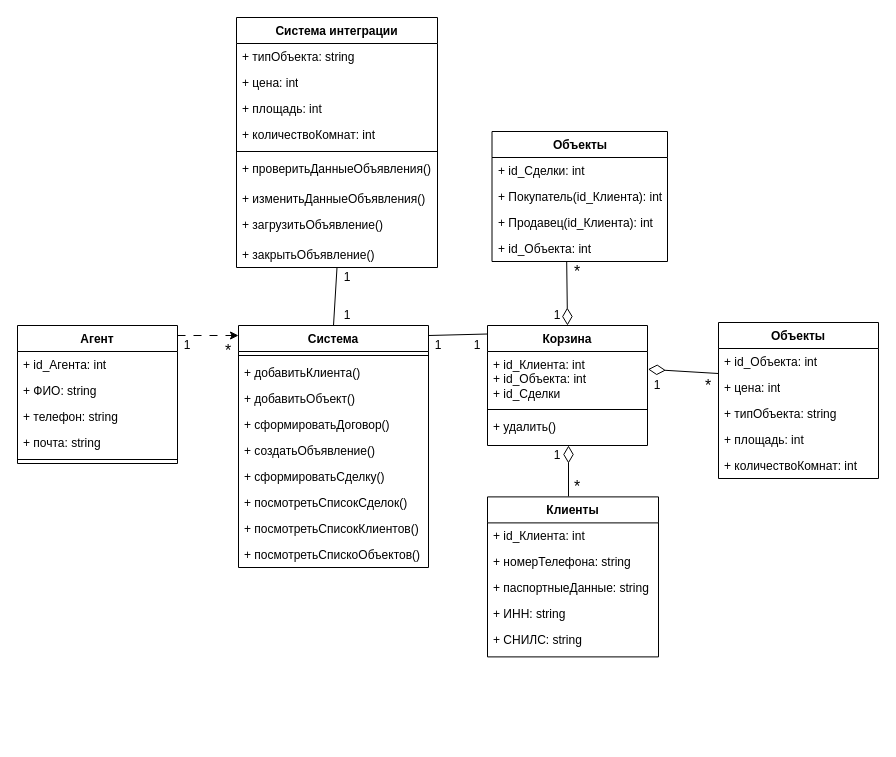
This is page "классов" (6 of 7) of КП.drawio from niksli-tl/KyrsvProject, a draw.io file, before an edit. Source tidied: cells renumbered, new cells numbered last; positions are measured from the earlier drawing's top-left corner, leaving out a move shared by most shapes. Both pictures are drawn from the tidied source at 100%, with x=0, y=0 at pixel (17, 17).
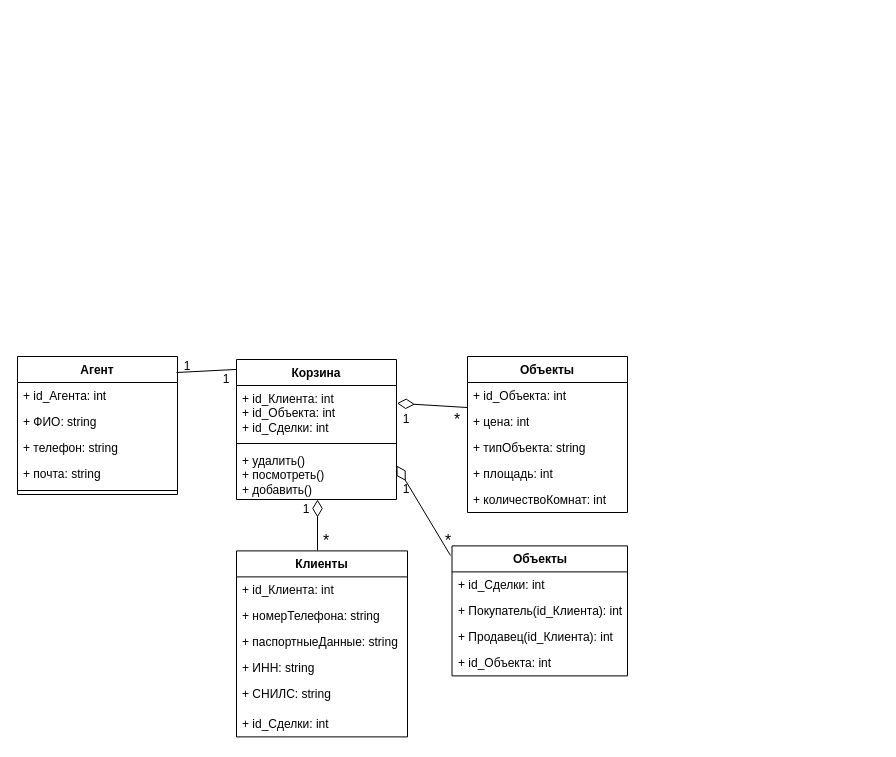
Above is the later version.

The edit, as a diff of the source:
```diff
@@
     <mxCell id="2" value="Агент" style="swimlane;fontStyle=1;align=center;verticalAlign=top;horizontal=1;startSize=26;whiteSpace=wrap;html=1;" parent="1" vertex="1">
-      <mxGeometry y="308" width="160" height="138" as="geometry" />
+      <mxGeometry y="339" width="160" height="138" as="geometry" />
     </mxCell>
@@
-    <mxCell id="8" value="Система" style="swimlane;fontStyle=1;align=center;verticalAlign=top;horizontal=1;startSize=26;whiteSpace=wrap;html=1;" parent="1" vertex="1">
-      <mxGeometry x="221" y="308" width="190" height="242" as="geometry" />
-    </mxCell>
-    <mxCell id="9" style="line;strokeWidth=1;fillColor=none;align=left;verticalAlign=middle;spacingTop=-1;spacingLeft=3;spacingRight=3;labelPosition=right;strokeColor=inherit;" parent="8" vertex="1">
-      <mxGeometry y="26" width="190" height="8" as="geometry" />
-    </mxCell>
-    <mxCell id="10" value="+ добавитьКлиента()" style="text;strokeColor=none;fillColor=none;align=left;verticalAlign=top;spacingLeft=4;spacingRight=4;overflow=hidden;whiteSpace=wrap;html=1;" parent="8" vertex="1">
-      <mxGeometry y="34" width="190" height="26" as="geometry" />
-    </mxCell>
-    <mxCell id="11" value="+ добавитьОбъект()" style="text;strokeColor=none;fillColor=none;align=left;verticalAlign=top;spacingLeft=4;spacingRight=4;overflow=hidden;whiteSpace=wrap;html=1;" parent="8" vertex="1">
-      <mxGeometry y="60" width="190" height="26" as="geometry" />
-    </mxCell>
-    <mxCell id="12" value="+ сформироватьДоговор()" style="text;strokeColor=none;fillColor=none;align=left;verticalAlign=top;spacingLeft=4;spacingRight=4;overflow=hidden;whiteSpace=wrap;html=1;" parent="8" vertex="1">
-      <mxGeometry y="86" width="190" height="26" as="geometry" />
-    </mxCell>
-    <mxCell id="13" value="+ создатьОбъявление()" style="text;strokeColor=none;fillColor=none;align=left;verticalAlign=top;spacingLeft=4;spacingRight=4;overflow=hidden;whiteSpace=wrap;html=1;" parent="8" vertex="1">
-      <mxGeometry y="112" width="190" height="26" as="geometry" />
-    </mxCell>
-    <mxCell id="14" value="+ сформироватьСделку()" style="text;strokeColor=none;fillColor=none;align=left;verticalAlign=top;spacingLeft=4;spacingRight=4;overflow=hidden;whiteSpace=wrap;html=1;" parent="8" vertex="1">
-      <mxGeometry y="138" width="190" height="26" as="geometry" />
-    </mxCell>
-    <mxCell id="15" value="+ посмотретьСписокСделок()" style="text;strokeColor=none;fillColor=none;align=left;verticalAlign=top;spacingLeft=4;spacingRight=4;overflow=hidden;whiteSpace=wrap;html=1;" parent="8" vertex="1">
-      <mxGeometry y="164" width="190" height="26" as="geometry" />
-    </mxCell>
-    <mxCell id="16" value="+ посмотретьСписокКлиентов()" style="text;strokeColor=none;fillColor=none;align=left;verticalAlign=top;spacingLeft=4;spacingRight=4;overflow=hidden;whiteSpace=wrap;html=1;" parent="8" vertex="1">
-      <mxGeometry y="190" width="190" height="26" as="geometry" />
-    </mxCell>
-    <mxCell id="17" value="+ посмотретьСпискоОбъектов()" style="text;strokeColor=none;fillColor=none;align=left;verticalAlign=top;spacingLeft=4;spacingRight=4;overflow=hidden;whiteSpace=wrap;html=1;" parent="8" vertex="1">
-      <mxGeometry y="216" width="190" height="26" as="geometry" />
-    </mxCell>
-    <mxCell id="18" style="rounded=0;jettySize=auto;html=1;exitX=-0.003;exitY=0.071;exitDx=0;exitDy=0;endArrow=none;endFill=0;exitPerimeter=0;entryX=0;entryY=0;entryDx=0;entryDy=0;" parent="1" edge="1" source="19" target="43">
+    <mxCell id="18" style="rounded=0;jettySize=auto;html=1;exitX=-0.003;exitY=0.071;exitDx=0;exitDy=0;endArrow=none;endFill=0;exitPerimeter=0;entryX=0.994;entryY=0.116;entryDx=0;entryDy=0;entryPerimeter=0;" parent="1" edge="1" source="19" target="2">
       <mxGeometry relative="1" as="geometry" />
     </mxCell>
     <mxCell id="19" value="Корзина" style="swimlane;fontStyle=1;align=center;verticalAlign=top;horizontal=1;startSize=26;whiteSpace=wrap;html=1;" parent="1" vertex="1">
-      <mxGeometry x="470" y="308" width="160" height="120" as="geometry" />
+      <mxGeometry x="219" y="342" width="160" height="140" as="geometry" />
     </mxCell>
-    <mxCell id="20" value="+ id_Клиента: int&lt;br&gt;+ id_Объекта: int&lt;br&gt;+ id_Сделки" style="text;strokeColor=none;fillColor=none;align=left;verticalAlign=top;spacingLeft=4;spacingRight=4;overflow=hidden;points=[[0,0.5],[1,0.5]];portConstraint=eastwest;whiteSpace=wrap;html=1;" parent="19" vertex="1">
+    <mxCell id="20" value="+ id_Клиента: int&lt;br&gt;+ id_Объекта: int&lt;br&gt;+ id_Сделки: int" style="text;strokeColor=none;fillColor=none;align=left;verticalAlign=top;spacingLeft=4;spacingRight=4;overflow=hidden;points=[[0,0.5],[1,0.5]];portConstraint=eastwest;whiteSpace=wrap;html=1;" parent="19" vertex="1">
       <mxGeometry y="26" width="160" height="54" as="geometry" />
     </mxCell>
@@
-    <mxCell id="22" value="&lt;div&gt;+ удалить()&lt;/div&gt;" style="text;strokeColor=none;fillColor=none;align=left;verticalAlign=top;spacingLeft=4;spacingRight=4;overflow=hidden;whiteSpace=wrap;html=1;" parent="19" vertex="1">
-      <mxGeometry y="88" width="160" height="32" as="geometry" />
+    <mxCell id="22" value="&lt;div&gt;+ удалить()&lt;/div&gt;&lt;div&gt;+ посмотреть()&lt;br&gt;+ добавить()&lt;/div&gt;" style="text;strokeColor=none;fillColor=none;align=left;verticalAlign=top;spacingLeft=4;spacingRight=4;overflow=hidden;whiteSpace=wrap;html=1;" parent="19" vertex="1">
+      <mxGeometry y="88" width="160" height="52" as="geometry" />
     </mxCell>
     <mxCell id="23" style="rounded=0;orthogonalLoop=1;jettySize=auto;html=1;endArrow=diamondThin;endFill=0;endSize=15;" parent="1" edge="1">
       <mxGeometry relative="1" as="geometry">
-        <mxPoint x="551" y="478.9" as="sourcePoint" />
-        <mxPoint x="551" y="428" as="targetPoint" />
+        <mxPoint x="300" y="532.9" as="sourcePoint" />
+        <mxPoint x="300" y="482" as="targetPoint" />
       </mxGeometry>
     </mxCell>
     <mxCell id="24" value="Клиенты" style="swimlane;fontStyle=1;align=center;verticalAlign=top;horizontal=1;startSize=26;whiteSpace=wrap;html=1;" parent="1" vertex="1">
-      <mxGeometry x="470" y="479.4" width="171" height="160" as="geometry" />
+      <mxGeometry x="219" y="533.4" width="171" height="186" as="geometry" />
     </mxCell>
@@
-    <mxCell id="30" value="Система интеграции" style="swimlane;fontStyle=1;align=center;verticalAlign=top;horizontal=1;startSize=26;whiteSpace=wrap;html=1;" parent="1" vertex="1">
-      <mxGeometry x="219" width="201" height="250" as="geometry" />
-    </mxCell>
-    <mxCell id="31" value="+ типОбъекта: string" style="text;strokeColor=none;fillColor=none;align=left;verticalAlign=top;spacingLeft=4;spacingRight=4;overflow=hidden;whiteSpace=wrap;html=1;" parent="30" vertex="1">
-      <mxGeometry y="26" width="201" height="26" as="geometry" />
-    </mxCell>
-    <mxCell id="32" value="+ цена: int" style="text;strokeColor=none;fillColor=none;align=left;verticalAlign=top;spacingLeft=4;spacingRight=4;overflow=hidden;whiteSpace=wrap;html=1;" parent="30" vertex="1">
-      <mxGeometry y="52" width="201" height="26" as="geometry" />
-    </mxCell>
-    <mxCell id="33" value="+ площадь: int&amp;nbsp;" style="text;strokeColor=none;fillColor=none;align=left;verticalAlign=top;spacingLeft=4;spacingRight=4;overflow=hidden;whiteSpace=wrap;html=1;" parent="30" vertex="1">
-      <mxGeometry y="78" width="201" height="26" as="geometry" />
-    </mxCell>
-    <mxCell id="34" value="+ количествоКомнат: int" style="text;strokeColor=none;fillColor=none;align=left;verticalAlign=top;spacingLeft=4;spacingRight=4;overflow=hidden;whiteSpace=wrap;html=1;" parent="30" vertex="1">
-      <mxGeometry y="104" width="201" height="26" as="geometry" />
-    </mxCell>
-    <mxCell id="35" style="line;strokeWidth=1;fillColor=none;align=left;verticalAlign=middle;spacingTop=-1;spacingLeft=3;spacingRight=3;labelPosition=right;strokeColor=inherit;" parent="30" vertex="1">
-      <mxGeometry y="130" width="201" height="8" as="geometry" />
-    </mxCell>
-    <mxCell id="36" value="+ проверитьДанныеОбъявления()" style="text;strokeColor=none;fillColor=none;align=left;verticalAlign=top;spacingLeft=4;spacingRight=4;overflow=hidden;whiteSpace=wrap;html=1;" parent="30" vertex="1">
-      <mxGeometry y="138" width="201" height="30" as="geometry" />
-    </mxCell>
-    <mxCell id="37" value="+ изменитьДанныеОбъявления()" style="text;strokeColor=none;fillColor=none;align=left;verticalAlign=top;spacingLeft=4;spacingRight=4;overflow=hidden;whiteSpace=wrap;html=1;" parent="30" vertex="1">
-      <mxGeometry y="168" width="201" height="26" as="geometry" />
-    </mxCell>
-    <mxCell id="38" value="+ загрузитьОбъявление()" style="text;strokeColor=none;fillColor=none;align=left;verticalAlign=top;spacingLeft=4;spacingRight=4;overflow=hidden;whiteSpace=wrap;html=1;" parent="30" vertex="1">
-      <mxGeometry y="194" width="201" height="30" as="geometry" />
-    </mxCell>
-    <mxCell id="39" value="+ закрытьОбъявление()" style="text;strokeColor=none;fillColor=none;align=left;verticalAlign=top;spacingLeft=4;spacingRight=4;overflow=hidden;whiteSpace=wrap;html=1;" parent="30" vertex="1">
-      <mxGeometry y="224" width="201" height="26" as="geometry" />
-    </mxCell>
-    <mxCell id="40" style="rounded=0;jettySize=auto;html=1;entryX=1;entryY=0;entryDx=0;entryDy=0;endArrow=classic;endFill=1;dashed=1;dashPattern=8 8;" parent="1" edge="1" target="45">
-      <mxGeometry relative="1" as="geometry">
-        <mxPoint x="160" y="318" as="sourcePoint" />
-      </mxGeometry>
-    </mxCell>
-    <mxCell id="41" value="1" style="text;html=1;whiteSpace=wrap;strokeColor=none;fillColor=none;align=center;verticalAlign=middle;rounded=0;" parent="1" vertex="1">
-      <mxGeometry x="160" y="318" width="20" height="20" as="geometry" />
-    </mxCell>
+    <mxCell id="67" value="+ id_Сделки: int" style="text;strokeColor=none;fillColor=none;align=left;verticalAlign=top;spacingLeft=4;spacingRight=4;overflow=hidden;whiteSpace=wrap;html=1;" parent="24" vertex="1">
+      <mxGeometry y="160" width="171" height="26" as="geometry" />
+    </mxCell>
     <mxCell id="42" value="1" style="text;html=1;whiteSpace=wrap;strokeColor=none;fillColor=none;align=center;verticalAlign=middle;rounded=0;" parent="1" vertex="1">
-      <mxGeometry x="450" y="318" width="20" height="20" as="geometry" />
+      <mxGeometry x="199" y="352" width="20" height="20" as="geometry" />
     </mxCell>
     <mxCell id="43" value="1" style="text;html=1;whiteSpace=wrap;strokeColor=none;fillColor=none;align=center;verticalAlign=middle;rounded=0;" parent="1" vertex="1">
-      <mxGeometry x="411" y="318" width="20" height="20" as="geometry" />
+      <mxGeometry x="160" y="339" width="20" height="20" as="geometry" />
     </mxCell>
     <mxCell id="44" value="&lt;font&gt;*&lt;/font&gt;" style="text;html=1;whiteSpace=wrap;strokeColor=none;fillColor=none;align=center;verticalAlign=middle;rounded=0;fontSize=16;" parent="1" vertex="1">
-      <mxGeometry x="550" y="459.4" width="20" height="20" as="geometry" />
+      <mxGeometry x="299" y="513.4" width="20" height="20" as="geometry" />
     </mxCell>
-    <mxCell id="45" value="&lt;font&gt;*&lt;/font&gt;" style="text;html=1;whiteSpace=wrap;strokeColor=none;fillColor=none;align=center;verticalAlign=middle;rounded=0;fontSize=16;" parent="1" vertex="1">
-      <mxGeometry x="201" y="318" width="20" height="30" as="geometry" />
-    </mxCell>
     <mxCell id="46" value="1" style="text;html=1;whiteSpace=wrap;strokeColor=none;fillColor=none;align=center;verticalAlign=middle;rounded=0;" parent="1" vertex="1">
-      <mxGeometry x="530" y="428" width="20" height="20" as="geometry" />
+      <mxGeometry x="279" y="482" width="20" height="20" as="geometry" />
     </mxCell>
-    <mxCell id="47" style="rounded=0;jettySize=auto;html=1;exitX=0.5;exitY=0;exitDx=0;exitDy=0;endArrow=none;endFill=0;entryX=0.5;entryY=1;entryDx=0;entryDy=0;" parent="1" edge="1" source="8" target="30">
-      <mxGeometry relative="1" as="geometry" />
-    </mxCell>
-    <mxCell id="48" value="1" style="text;html=1;whiteSpace=wrap;strokeColor=none;fillColor=none;align=center;verticalAlign=middle;rounded=0;" parent="1" vertex="1">
-      <mxGeometry x="320" y="250" width="20" height="20" as="geometry" />
-    </mxCell>
-    <mxCell id="49" value="1" style="text;html=1;whiteSpace=wrap;strokeColor=none;fillColor=none;align=center;verticalAlign=middle;rounded=0;" parent="1" vertex="1">
-      <mxGeometry x="320" y="288" width="20" height="20" as="geometry" />
-    </mxCell>
@@
     <mxCell id="51" value="Объекты" style="swimlane;fontStyle=1;align=center;verticalAlign=top;horizontal=1;startSize=26;whiteSpace=wrap;html=1;" parent="1" vertex="1">
-      <mxGeometry x="701" y="305" width="160" height="156" as="geometry" />
+      <mxGeometry x="450" y="339" width="160" height="156" as="geometry" />
     </mxCell>
@@
     <mxCell id="57" value="&lt;font&gt;*&lt;/font&gt;" style="text;html=1;whiteSpace=wrap;strokeColor=none;fillColor=none;align=center;verticalAlign=middle;rounded=0;fontSize=16;" parent="1" vertex="1">
-      <mxGeometry x="681" y="358" width="20" height="20" as="geometry" />
+      <mxGeometry x="430" y="392" width="20" height="20" as="geometry" />
     </mxCell>
     <mxCell id="58" value="1" style="text;html=1;whiteSpace=wrap;strokeColor=none;fillColor=none;align=center;verticalAlign=middle;rounded=0;" parent="1" vertex="1">
-      <mxGeometry x="630" y="358" width="20" height="20" as="geometry" />
+      <mxGeometry x="379" y="392" width="20" height="20" as="geometry" />
     </mxCell>
     <mxCell id="59" value="Объекты" style="swimlane;fontStyle=1;align=center;verticalAlign=top;horizontal=1;startSize=26;whiteSpace=wrap;html=1;" parent="1" vertex="1">
-      <mxGeometry x="474.5" y="114" width="175.5" height="130" as="geometry" />
+      <mxGeometry x="434.5" y="528.4" width="175.5" height="130" as="geometry" />
     </mxCell>
@@
-    <mxCell id="64" style="rounded=0;jettySize=auto;html=1;endArrow=diamondThin;endFill=0;endSize=15;entryX=0.5;entryY=0;entryDx=0;entryDy=0;" parent="1" edge="1" target="19">
+    <mxCell id="64" style="rounded=0;orthogonalLoop=1;jettySize=auto;html=1;endArrow=diamondThin;endFill=0;endSize=15;entryX=1;entryY=0.5;entryDx=0;entryDy=0;" parent="1" edge="1">
       <mxGeometry relative="1" as="geometry">
-        <mxPoint x="549.2" y="244" as="sourcePoint" />
+        <mxPoint x="433" y="538" as="sourcePoint" />
+        <mxPoint x="379" y="448" as="targetPoint" />
       </mxGeometry>
     </mxCell>
     <mxCell id="65" value="&lt;font&gt;*&lt;/font&gt;" style="text;html=1;whiteSpace=wrap;strokeColor=none;fillColor=none;align=center;verticalAlign=middle;rounded=0;fontSize=16;" parent="1" vertex="1">
-      <mxGeometry x="550" y="244" width="20" height="20" as="geometry" />
+      <mxGeometry x="421" y="513.4" width="20" height="20" as="geometry" />
     </mxCell>
     <mxCell id="66" value="1" style="text;html=1;whiteSpace=wrap;strokeColor=none;fillColor=none;align=center;verticalAlign=middle;rounded=0;" parent="1" vertex="1">
-      <mxGeometry x="530" y="288" width="20" height="20" as="geometry" />
+      <mxGeometry x="379" y="462" width="20" height="20" as="geometry" />
     </mxCell>
```
